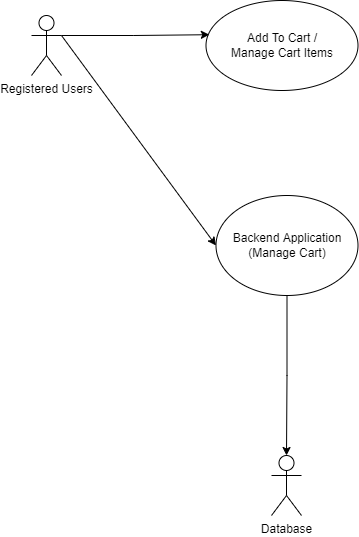
The draw.io diagram Use case diagram/cart.png in mohitleo03/Software-Engineering-Project-Management, before a commit. Source tidied: cells renumbered, new cells last; positions are measured from the earlier drawing's top-left corner, leaving out a move shared by most shapes. Source of this version:
```xml
<mxGraphModel>
  <root>
    <mxCell id="0" />
    <mxCell id="1" parent="0" />
    <mxCell id="2" value="Add To Cart /&lt;br&gt;Manage Cart Items" style="ellipse;whiteSpace=wrap;html=1;" parent="1" vertex="1">
      <mxGeometry x="174.5" width="152" height="90" as="geometry" />
    </mxCell>
    <mxCell id="3" style="edgeStyle=orthogonalEdgeStyle;rounded=0;jettySize=auto;html=1;exitX=0.5;exitY=1;exitDx=0;exitDy=0;entryX=0.5;entryY=0;entryDx=0;entryDy=0;entryPerimeter=0;" parent="1" edge="1" source="4" target="8">
      <mxGeometry relative="1" as="geometry" />
    </mxCell>
    <mxCell id="4" value="Backend Application&lt;br&gt;(Manage Cart)" style="ellipse;whiteSpace=wrap;html=1;" parent="1" vertex="1">
      <mxGeometry x="184.5" y="195" width="142" height="100" as="geometry" />
    </mxCell>
    <mxCell id="5" style="edgeStyle=orthogonalEdgeStyle;rounded=0;jettySize=auto;html=1;exitX=1;exitY=0.3333333333333333;exitDx=0;exitDy=0;exitPerimeter=0;entryX=0.022;entryY=0.38;entryDx=0;entryDy=0;entryPerimeter=0;" parent="1" edge="1" source="6" target="2">
      <mxGeometry relative="1" as="geometry" />
    </mxCell>
    <mxCell id="6" value="Registered Users" style="shape=umlActor;verticalLabelPosition=bottom;verticalAlign=top;html=1;outlineConnect=0;" parent="1" vertex="1">
      <mxGeometry y="15" width="30" height="60" as="geometry" />
    </mxCell>
    <mxCell id="7" style="endArrow=classic;html=1;rounded=0;exitX=1;exitY=0.3333333333333333;exitDx=0;exitDy=0;exitPerimeter=0;entryX=0;entryY=0.5;entryDx=0;entryDy=0;" parent="1" edge="1" source="6" target="4">
      <mxGeometry relative="1" as="geometry" />
    </mxCell>
    <mxCell id="8" value="Database" style="shape=umlActor;verticalLabelPosition=bottom;verticalAlign=top;html=1;outlineConnect=0;" parent="1" vertex="1">
      <mxGeometry x="240" y="455" width="30" height="60" as="geometry" />
    </mxCell>
  </root>
</mxGraphModel>
```
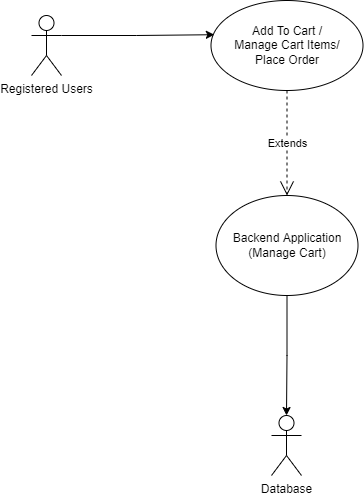
Later version of the same file.

What changed in the source:
```diff
@@ -2,8 +2,8 @@
   <root>
     <mxCell id="0" />
     <mxCell id="1" parent="0" />
-    <mxCell id="2" value="Add To Cart /&lt;br&gt;Manage Cart Items" style="ellipse;whiteSpace=wrap;html=1;" parent="1" vertex="1">
-      <mxGeometry x="174.5" width="152" height="90" as="geometry" />
+    <mxCell id="2" value="Add To Cart /&lt;br&gt;Manage Cart Items/&lt;br&gt;Place Order" style="ellipse;whiteSpace=wrap;html=1;" parent="1" vertex="1">
+      <mxGeometry x="179.5" width="152" height="90" as="geometry" />
     </mxCell>
     <mxCell id="3" style="edgeStyle=orthogonalEdgeStyle;rounded=0;jettySize=auto;html=1;exitX=0.5;exitY=1;exitDx=0;exitDy=0;entryX=0.5;entryY=0;entryDx=0;entryDy=0;entryPerimeter=0;" parent="1" edge="1" source="4" target="8">
       <mxGeometry relative="1" as="geometry" />
@@ -17,11 +17,11 @@
     <mxCell id="6" value="Registered Users" style="shape=umlActor;verticalLabelPosition=bottom;verticalAlign=top;html=1;outlineConnect=0;" parent="1" vertex="1">
       <mxGeometry y="15" width="30" height="60" as="geometry" />
     </mxCell>
-    <mxCell id="7" style="endArrow=classic;html=1;rounded=0;exitX=1;exitY=0.3333333333333333;exitDx=0;exitDy=0;exitPerimeter=0;entryX=0;entryY=0.5;entryDx=0;entryDy=0;" parent="1" edge="1" source="6" target="4">
-      <mxGeometry relative="1" as="geometry" />
-    </mxCell>
     <mxCell id="8" value="Database" style="shape=umlActor;verticalLabelPosition=bottom;verticalAlign=top;html=1;outlineConnect=0;" parent="1" vertex="1">
-      <mxGeometry x="240" y="455" width="30" height="60" as="geometry" />
+      <mxGeometry x="240" y="415" width="30" height="60" as="geometry" />
     </mxCell>
+    <mxCell id="9" value="Extends" style="endArrow=open;endSize=12;dashed=1;html=1;rounded=0;exitX=0.5;exitY=1;exitDx=0;exitDy=0;entryX=0.5;entryY=0;entryDx=0;entryDy=0;" parent="1" edge="1" source="2" target="4">
+      <mxGeometry relative="1" as="geometry" />
+    </mxCell>
   </root>
 </mxGraphModel>
```
